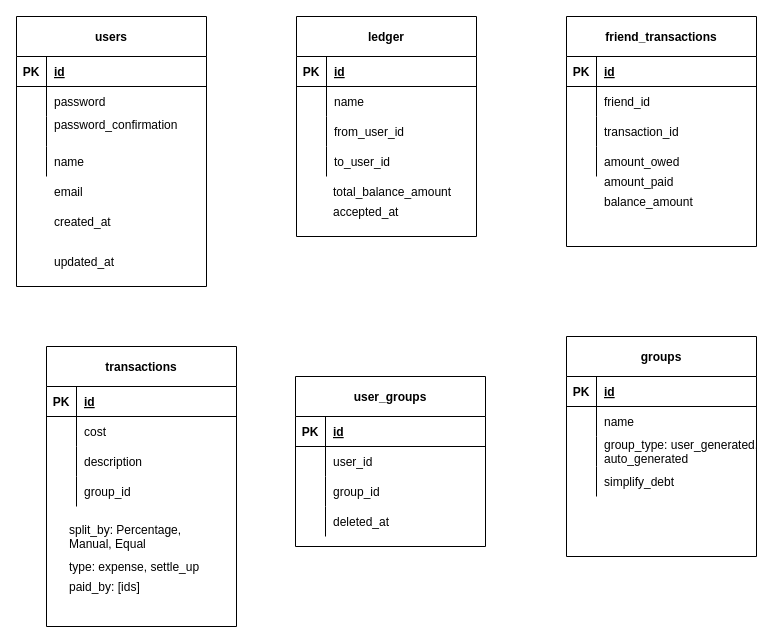
Above: splitsmart-ED.drawio in sharat94/splitsmart (draw.io), before the change. Source tidied: cells renumbered, new cells numbered last; positions are measured from the earlier drawing's top-left corner, leaving out a move shared by most shapes. Both pictures are drawn from the tidied source at 100%, with x=0, y=0 at pixel (16, 16).
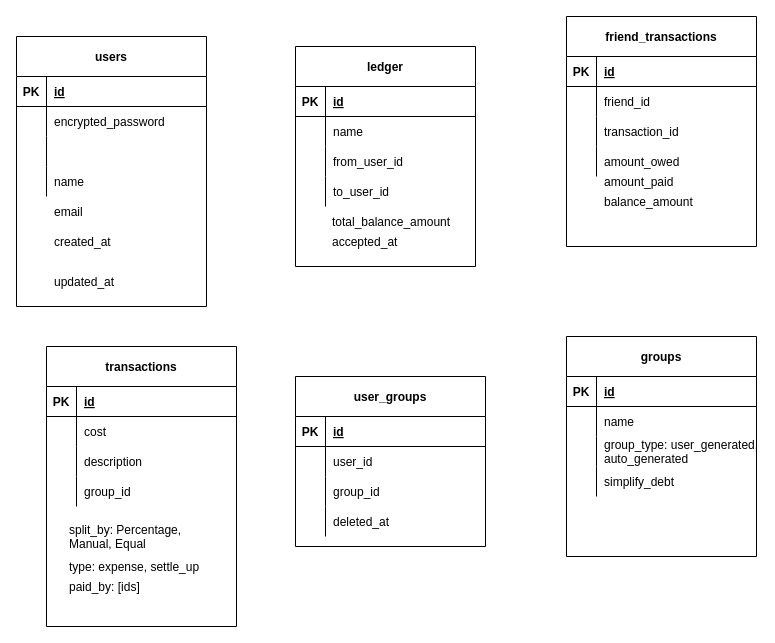
After the change.

The change refers to these unchanged cells:
```xml
<mxCell id="6" style="shape=partialRectangle;fillColor=none;top=0;left=0;bottom=0;right=0;" parent="2" vertex="1">
  <mxGeometry y="70" width="190" height="30" as="geometry" />
</mxCell>
<mxCell id="9" style="shape=partialRectangle;fillColor=none;top=0;left=0;bottom=0;right=0;" parent="2" vertex="1">
  <mxGeometry y="100" width="190" height="30" as="geometry" />
</mxCell>
```

What changed in the source:
```diff
@@
     <mxCell id="2" value="users" style="shape=table;startSize=40;childLayout=tableLayout;rowLines=0;fontStyle=1;align=center;" parent="1" vertex="1">
-      <mxGeometry width="190" height="270" as="geometry" />
+      <mxGeometry y="20" width="190" height="270" as="geometry" />
     </mxCell>
@@
-    <mxCell id="8" value="password" style="shape=partialRectangle;fillColor=none;top=0;left=0;bottom=0;right=0;align=left;spacingLeft=6;overflow=hidden;" parent="6" vertex="1">
+    <mxCell id="8" value="encrypted_password" style="shape=partialRectangle;fillColor=none;top=0;left=0;bottom=0;right=0;align=left;spacingLeft=6;overflow=hidden;" parent="6" vertex="1">
       <mxGeometry x="30" width="160" height="30" as="geometry" />
     </mxCell>
@@
-    <mxCell id="11" value="password_confirmation&#10;" style="shape=partialRectangle;fillColor=none;top=0;left=0;bottom=0;right=0;align=left;spacingLeft=6;overflow=hidden;" parent="9" vertex="1">
+    <mxCell id="11" style="shape=partialRectangle;fillColor=none;top=0;left=0;bottom=0;right=0;align=left;spacingLeft=6;overflow=hidden;" parent="9" vertex="1">
       <mxGeometry x="30" width="160" height="30" as="geometry" />
     </mxCell>
@@
     <mxCell id="15" value="email" style="shape=partialRectangle;fillColor=none;top=0;left=0;bottom=0;right=0;align=left;spacingLeft=6;overflow=hidden;" parent="1" vertex="1">
-      <mxGeometry x="30" y="160" width="160" height="30" as="geometry" />
+      <mxGeometry x="30" y="180" width="160" height="30" as="geometry" />
     </mxCell>
     <mxCell id="16" value="created_at" style="shape=partialRectangle;fillColor=none;top=0;left=0;bottom=0;right=0;align=left;spacingLeft=6;overflow=hidden;" parent="1" vertex="1">
-      <mxGeometry x="30" y="190" width="160" height="30" as="geometry" />
+      <mxGeometry x="30" y="210" width="160" height="30" as="geometry" />
     </mxCell>
     <mxCell id="17" value="updated_at" style="shape=partialRectangle;fillColor=none;top=0;left=0;bottom=0;right=0;align=left;spacingLeft=6;overflow=hidden;" parent="1" vertex="1">
-      <mxGeometry x="30" y="230" width="160" height="30" as="geometry" />
+      <mxGeometry x="30" y="250" width="160" height="30" as="geometry" />
     </mxCell>
     <mxCell id="18" value="ledger" style="shape=table;startSize=40;childLayout=tableLayout;rowLines=0;fontStyle=1;align=center;" parent="1" vertex="1">
-      <mxGeometry x="280" width="180" height="220" as="geometry" />
+      <mxGeometry x="279" y="30" width="180" height="220" as="geometry" />
     </mxCell>
@@
     <mxCell id="31" value="total_balance_amount" style="shape=partialRectangle;fillColor=none;top=0;left=0;bottom=0;right=0;align=left;spacingLeft=6;overflow=hidden;" parent="1" vertex="1">
-      <mxGeometry x="309" y="160" width="160" height="30" as="geometry" />
+      <mxGeometry x="308" y="190" width="160" height="30" as="geometry" />
     </mxCell>
@@
     <mxCell id="89" value="accepted_at" style="shape=partialRectangle;fillColor=none;top=0;left=0;bottom=0;right=0;align=left;spacingLeft=6;overflow=hidden;" parent="1" vertex="1">
-      <mxGeometry x="309" y="180" width="160" height="30" as="geometry" />
+      <mxGeometry x="308" y="210" width="160" height="30" as="geometry" />
     </mxCell>
```
